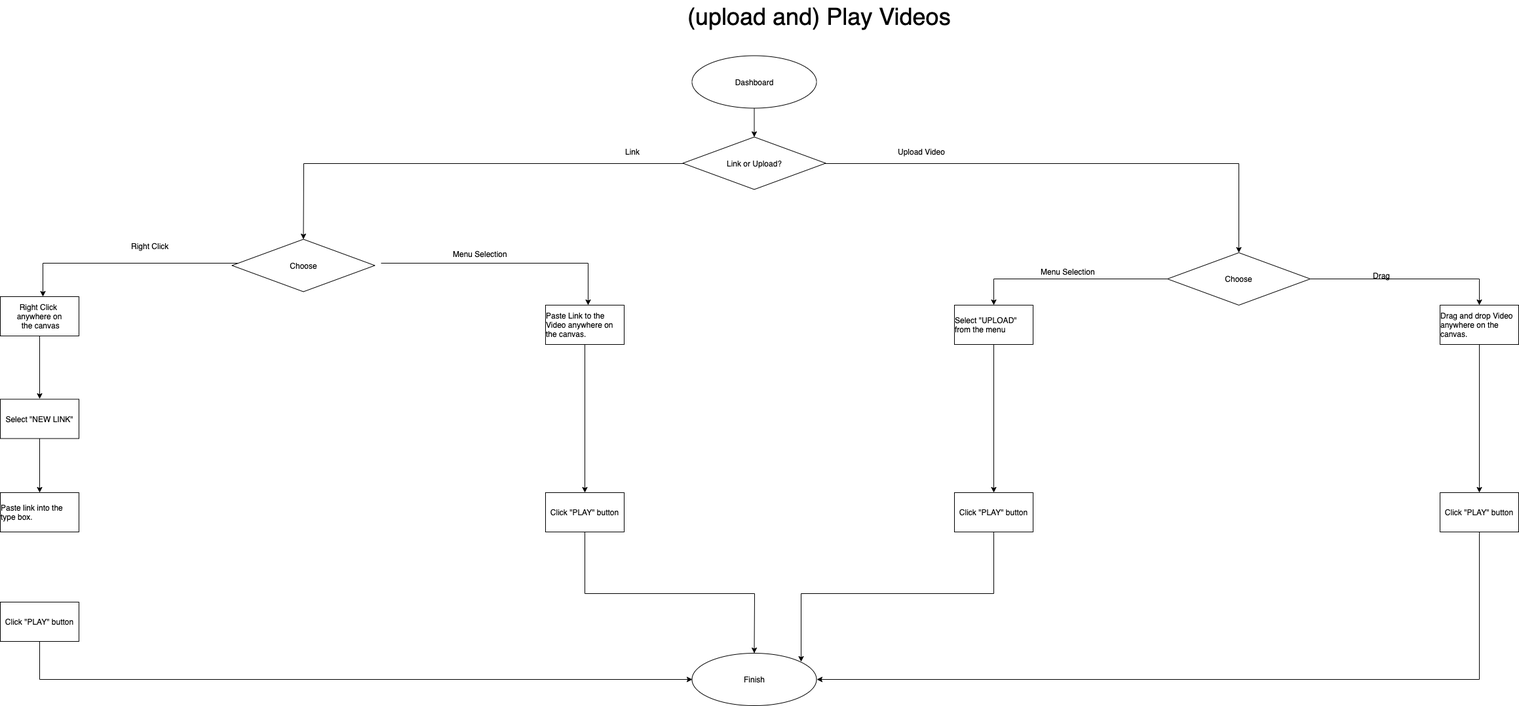
Earlier version of the draw.io export images/00_ideaboard/UserFlows/Play Videos.png (Tgitsit/Portfolio). Source tidied: cells renumbered, new cells last; positions are measured from the earlier drawing's top-left corner, leaving out a move shared by most shapes.
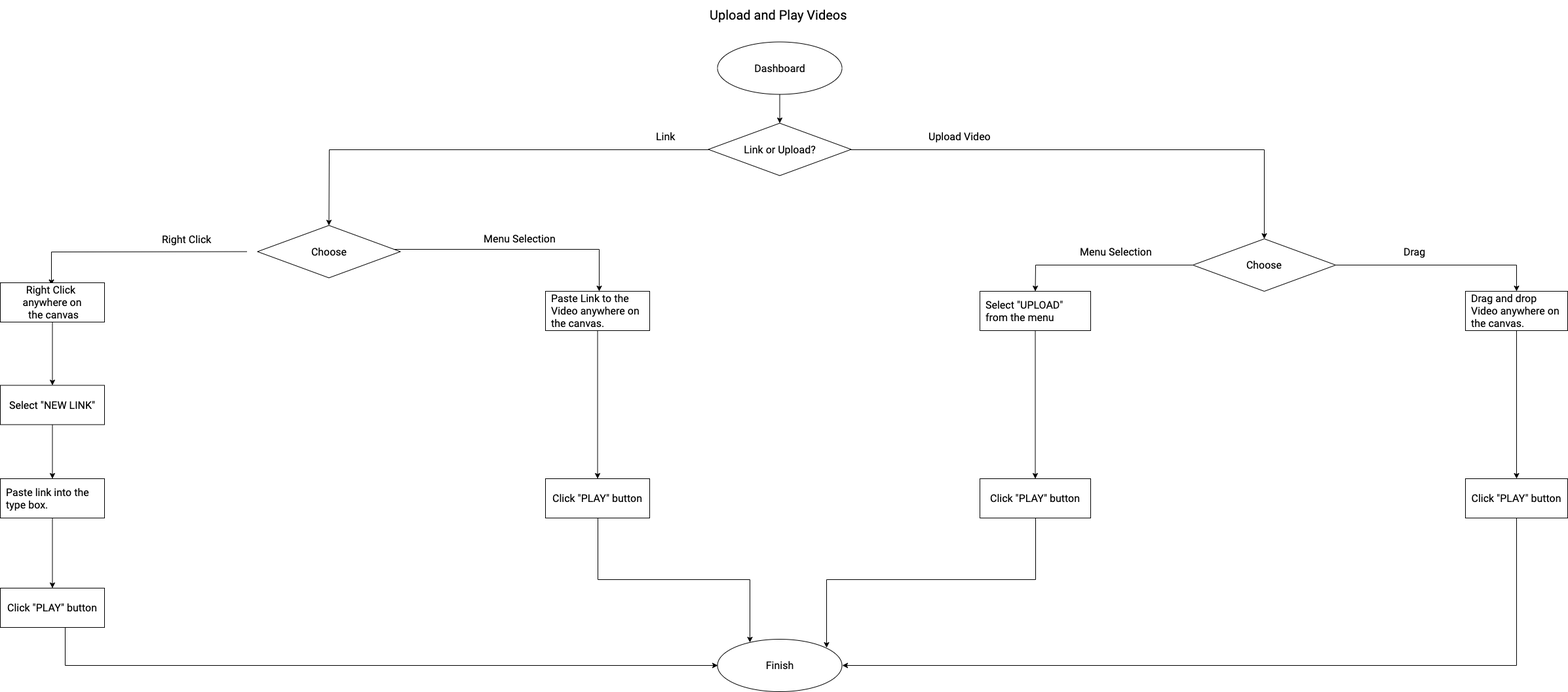
The same diagram one commit later.

Change to the diagram source:
```diff
@@ -2,146 +2,147 @@
   <root>
     <mxCell id="0" />
     <mxCell id="1" parent="0" />
-    <mxCell id="2" style="edgeStyle=orthogonalEdgeStyle;rounded=0;jettySize=auto;html=1;entryX=0.5;entryY=0;entryDx=0;entryDy=0;" parent="1" edge="1" source="3" target="24">
+    <mxCell id="2" style="edgeStyle=orthogonalEdgeStyle;rounded=0;jettySize=auto;html=1;entryX=0.5;entryY=0;entryDx=0;entryDy=0;fontFamily=Roboto;fontSize=16;spacing=10;" parent="1" edge="1" source="3" target="24">
       <mxGeometry relative="1" as="geometry" />
     </mxCell>
-    <mxCell id="3" value="Dashboard" style="ellipse;whiteSpace=wrap;html=1;" parent="1" vertex="1">
+    <mxCell id="3" value="Dashboard" style="ellipse;whiteSpace=wrap;html=1;fontFamily=Roboto;fontSize=16;spacing=10;" parent="1" vertex="1">
       <mxGeometry x="1055.5" y="84.5" width="190" height="80" as="geometry" />
     </mxCell>
-    <mxCell id="4" style="edgeStyle=orthogonalEdgeStyle;rounded=0;orthogonalLoop=1;jettySize=auto;html=1;" parent="1" edge="1">
+    <mxCell id="4" style="edgeStyle=orthogonalEdgeStyle;rounded=0;orthogonalLoop=1;jettySize=auto;html=1;fontFamily=Roboto;fontSize=16;spacing=10;" parent="1" edge="1">
       <mxGeometry relative="1" as="geometry">
-        <mxPoint x="363" y="401" as="sourcePoint" />
-        <mxPoint x="65" y="452" as="targetPoint" />
+        <mxPoint x="337" y="404.5" as="sourcePoint" />
+        <mxPoint x="39" y="455.5" as="targetPoint" />
       </mxGeometry>
     </mxCell>
-    <mxCell id="5" style="edgeStyle=orthogonalEdgeStyle;rounded=0;orthogonalLoop=1;jettySize=auto;html=1;" parent="1" edge="1">
+    <mxCell id="5" style="edgeStyle=orthogonalEdgeStyle;rounded=0;orthogonalLoop=1;jettySize=auto;html=1;fontFamily=Roboto;fontSize=16;spacing=10;" parent="1" edge="1">
       <mxGeometry relative="1" as="geometry">
-        <mxPoint x="581" y="401" as="sourcePoint" />
-        <mxPoint x="897" y="465" as="targetPoint" />
+        <mxPoint x="559" y="401" as="sourcePoint" />
+        <mxPoint x="875" y="465" as="targetPoint" />
       </mxGeometry>
     </mxCell>
-    <mxCell id="6" value="Choose" style="rhombus;whiteSpace=wrap;html=1;" parent="1" vertex="1">
+    <mxCell id="6" value="Choose" style="rhombus;whiteSpace=wrap;html=1;fontFamily=Roboto;fontSize=16;spacing=10;" parent="1" vertex="1">
       <mxGeometry x="353.5" y="364.5" width="218" height="80" as="geometry" />
     </mxCell>
-    <mxCell id="7" value="Right Click" style="text;html=1;align=left;verticalAlign=top;spacingTop=-4;" parent="1" vertex="1">
-      <mxGeometry x="197.5" y="365.5" width="104" height="13" as="geometry" />
+    <mxCell id="7" value="Right Click" style="text;html=1;align=left;verticalAlign=top;spacingTop=-4;fontFamily=Roboto;fontSize=16;spacing=10;" parent="1" vertex="1">
+      <mxGeometry x="197.5" y="365.5" width="117" height="39" as="geometry" />
     </mxCell>
-    <mxCell id="8" value="Menu Selection" style="text;html=1;align=left;verticalAlign=top;spacingTop=-4;" parent="1" vertex="1">
-      <mxGeometry x="689" y="377.5" width="143" height="13" as="geometry" />
+    <mxCell id="8" value="Menu Selection" style="text;html=1;align=left;verticalAlign=top;spacingTop=-4;fontFamily=Roboto;fontSize=16;spacing=10;" parent="1" vertex="1">
+      <mxGeometry x="689" y="364.5" width="143" height="39" as="geometry" />
     </mxCell>
-    <mxCell id="9" style="edgeStyle=orthogonalEdgeStyle;rounded=0;jettySize=auto;html=1;" parent="1" edge="1" source="10">
-      <mxGeometry relative="1" as="geometry">
-        <mxPoint x="60" y="608" as="targetPoint" />
-      </mxGeometry>
+    <mxCell id="9" style="edgeStyle=orthogonalEdgeStyle;rounded=0;jettySize=auto;html=1;fontFamily=Roboto;fontSize=16;entryX=0.5;entryY=0;entryDx=0;entryDy=0;spacing=10;" parent="1" edge="1" source="10" target="18">
+      <mxGeometry relative="1" as="geometry" />
     </mxCell>
-    <mxCell id="10" value="&lt;span style=&quot;text-align: left&quot;&gt;Right Click&amp;nbsp;&lt;/span&gt;&lt;br style=&quot;text-align: left&quot;&gt;&lt;span style=&quot;text-align: left&quot;&gt;anywhere on&lt;/span&gt;&lt;br style=&quot;text-align: left&quot;&gt;&lt;span style=&quot;text-align: left&quot;&gt;&amp;nbsp;the canvas&lt;/span&gt;" style="rounded=0;whiteSpace=wrap;html=1;" parent="1" vertex="1">
-      <mxGeometry y="452" width="120" height="60" as="geometry" />
+    <mxCell id="10" value="&lt;span style=&quot;text-align: left; font-size: 16px;&quot;&gt;Right Click&amp;nbsp;&lt;/span&gt;&lt;br style=&quot;text-align: left; font-size: 16px;&quot;&gt;&lt;span style=&quot;text-align: left; font-size: 16px;&quot;&gt;anywhere on&lt;/span&gt;&lt;br style=&quot;text-align: left; font-size: 16px;&quot;&gt;&lt;span style=&quot;text-align: left; font-size: 16px;&quot;&gt;&amp;nbsp;the canvas&lt;/span&gt;" style="rounded=0;whiteSpace=wrap;html=1;fontFamily=Roboto;fontSize=16;spacing=10;" parent="1" vertex="1">
+      <mxGeometry x="-39" y="452" width="159" height="60" as="geometry" />
     </mxCell>
-    <mxCell id="11" style="edgeStyle=orthogonalEdgeStyle;rounded=0;jettySize=auto;html=1;" parent="1" edge="1" source="12" target="21">
+    <mxCell id="11" style="edgeStyle=orthogonalEdgeStyle;rounded=0;jettySize=auto;html=1;fontFamily=Roboto;fontSize=16;spacing=10;" parent="1" edge="1" source="12" target="21">
       <mxGeometry relative="1" as="geometry" />
     </mxCell>
-    <mxCell id="12" value="&lt;div style=&quot;text-align: left&quot;&gt;Paste Link to the Video anywhere on the canvas.&amp;nbsp;&lt;/div&gt;" style="rounded=0;whiteSpace=wrap;html=1;" parent="1" vertex="1">
-      <mxGeometry x="832" y="465" width="120" height="60" as="geometry" />
+    <mxCell id="12" value="&lt;div style=&quot;text-align: left; font-size: 16px;&quot;&gt;Paste Link to the Video anywhere on the canvas.&amp;nbsp;&lt;/div&gt;" style="rounded=0;whiteSpace=wrap;html=1;fontFamily=Roboto;fontSize=16;spacing=10;" parent="1" vertex="1">
+      <mxGeometry x="793" y="465" width="159" height="60" as="geometry" />
     </mxCell>
-    <mxCell id="13" value="Finish" style="ellipse;whiteSpace=wrap;html=1;" parent="1" vertex="1">
+    <mxCell id="13" value="Finish" style="ellipse;whiteSpace=wrap;html=1;fontFamily=Roboto;fontSize=16;spacing=10;" parent="1" vertex="1">
       <mxGeometry x="1055.5" y="996" width="190" height="80" as="geometry" />
     </mxCell>
-    <mxCell id="14" value="(upload and) Play Videos" style="text;html=1;align=left;verticalAlign=top;spacingTop=-4;fontSize=36;" parent="1" vertex="1">
-      <mxGeometry x="1046.5" y="0.5" width="416" height="39" as="geometry" />
+    <mxCell id="14" value="Upload and Play Videos" style="text;html=1;align=left;verticalAlign=top;spacingTop=-4;fontSize=20;fontFamily=Roboto;spacing=10;" parent="1" vertex="1">
+      <mxGeometry x="1033.5" y="21" width="247" height="52" as="geometry" />
     </mxCell>
-    <mxCell id="15" style="edgeStyle=orthogonalEdgeStyle;rounded=0;jettySize=auto;html=1;entryX=0;entryY=0.5;entryDx=0;entryDy=0;" parent="1" edge="1" source="19" target="13">
+    <mxCell id="15" style="edgeStyle=orthogonalEdgeStyle;rounded=0;jettySize=auto;html=1;entryX=0;entryY=0.5;entryDx=0;entryDy=0;fontFamily=Roboto;fontSize=16;spacing=10;" parent="1" edge="1" source="19" target="13">
       <mxGeometry relative="1" as="geometry">
         <Array as="points">
           <mxPoint x="60" y="1036" />
         </Array>
       </mxGeometry>
     </mxCell>
+    <mxCell id="40" style="edgeStyle=orthogonalEdgeStyle;rounded=0;jettySize=auto;html=1;fontFamily=Roboto;fontSize=16;spacing=10;" parent="1" edge="1" source="16" target="19">
+      <mxGeometry relative="1" as="geometry" />
+    </mxCell>
-    <mxCell id="16" value="&lt;div style=&quot;text-align: left&quot;&gt;&lt;span&gt;Paste link into the type box.&lt;/span&gt;&lt;/div&gt;" style="rounded=0;whiteSpace=wrap;html=1;" parent="1" vertex="1">
-      <mxGeometry y="751" width="120" height="60" as="geometry" />
+    <mxCell id="16" value="&lt;div style=&quot;text-align: left; font-size: 16px;&quot;&gt;&lt;span style=&quot;font-size: 16px;&quot;&gt;Paste link into the type box.&lt;/span&gt;&lt;/div&gt;" style="rounded=0;whiteSpace=wrap;html=1;fontFamily=Roboto;fontSize=16;spacing=10;" parent="1" vertex="1">
+      <mxGeometry x="-39" y="751" width="159" height="60" as="geometry" />
     </mxCell>
-    <mxCell id="17" style="edgeStyle=orthogonalEdgeStyle;rounded=0;jettySize=auto;html=1;entryX=0.5;entryY=0;entryDx=0;entryDy=0;" parent="1" edge="1" source="18" target="16">
+    <mxCell id="17" style="edgeStyle=orthogonalEdgeStyle;rounded=0;jettySize=auto;html=1;entryX=0.5;entryY=0;entryDx=0;entryDy=0;fontFamily=Roboto;fontSize=16;spacing=10;" parent="1" edge="1" source="18" target="16">
       <mxGeometry relative="1" as="geometry" />
     </mxCell>
-    <mxCell id="18" value="&lt;div style=&quot;text-align: left&quot;&gt;&lt;span&gt;Select &quot;NEW LINK&quot;&lt;/span&gt;&lt;/div&gt;" style="rounded=0;whiteSpace=wrap;html=1;" parent="1" vertex="1">
-      <mxGeometry y="608.5" width="120" height="60" as="geometry" />
+    <mxCell id="18" value="&lt;div style=&quot;text-align: left; font-size: 16px;&quot;&gt;&lt;span style=&quot;font-size: 16px;&quot;&gt;Select &quot;NEW LINK&quot;&lt;/span&gt;&lt;/div&gt;" style="rounded=0;whiteSpace=wrap;html=1;fontFamily=Roboto;fontSize=16;spacing=10;" parent="1" vertex="1">
+      <mxGeometry x="-39" y="608.5" width="159" height="60" as="geometry" />
     </mxCell>
-    <mxCell id="19" value="&lt;div style=&quot;text-align: left&quot;&gt;Click &quot;PLAY&quot; button&lt;/div&gt;" style="rounded=0;whiteSpace=wrap;html=1;" parent="1" vertex="1">
-      <mxGeometry y="918" width="120" height="60" as="geometry" />
+    <mxCell id="19" value="&lt;div style=&quot;text-align: left; font-size: 16px;&quot;&gt;Click &quot;PLAY&quot; button&lt;/div&gt;" style="rounded=0;whiteSpace=wrap;html=1;fontFamily=Roboto;fontSize=16;spacing=10;" parent="1" vertex="1">
+      <mxGeometry x="-39" y="918" width="159" height="60" as="geometry" />
     </mxCell>
-    <mxCell id="20" style="edgeStyle=orthogonalEdgeStyle;rounded=0;jettySize=auto;html=1;" parent="1" edge="1" source="21" target="13">
+    <mxCell id="20" style="edgeStyle=orthogonalEdgeStyle;rounded=0;jettySize=auto;html=1;fontFamily=Roboto;fontSize=16;spacing=10;exitX=0.5;exitY=1;exitDx=0;exitDy=0;" parent="1" edge="1" source="21" target="13">
       <mxGeometry relative="1" as="geometry">
         <Array as="points">
-          <mxPoint x="892" y="905" />
-          <mxPoint x="1151" y="905" />
+          <mxPoint x="873" y="905" />
+          <mxPoint x="1105" y="905" />
         </Array>
       </mxGeometry>
     </mxCell>
-    <mxCell id="21" value="&lt;div style=&quot;text-align: left&quot;&gt;Click &quot;PLAY&quot; button&lt;br&gt;&lt;/div&gt;" style="rounded=0;whiteSpace=wrap;html=1;" parent="1" vertex="1">
-      <mxGeometry x="832" y="751" width="120" height="60" as="geometry" />
+    <mxCell id="21" value="&lt;div style=&quot;text-align: left; font-size: 16px;&quot;&gt;Click &quot;PLAY&quot; button&lt;br style=&quot;font-size: 16px;&quot;&gt;&lt;/div&gt;" style="rounded=0;whiteSpace=wrap;html=1;fontFamily=Roboto;fontSize=16;spacing=10;" parent="1" vertex="1">
+      <mxGeometry x="793" y="751" width="159" height="60" as="geometry" />
     </mxCell>
-    <mxCell id="22" style="edgeStyle=orthogonalEdgeStyle;rounded=0;jettySize=auto;html=1;entryX=0.5;entryY=0;entryDx=0;entryDy=0;" parent="1" edge="1" source="24" target="6">
+    <mxCell id="22" style="edgeStyle=orthogonalEdgeStyle;rounded=0;jettySize=auto;html=1;entryX=0.5;entryY=0;entryDx=0;entryDy=0;fontFamily=Roboto;fontSize=16;spacing=10;" parent="1" edge="1" source="24" target="6">
       <mxGeometry relative="1" as="geometry" />
     </mxCell>
-    <mxCell id="23" style="edgeStyle=orthogonalEdgeStyle;rounded=0;jettySize=auto;html=1;entryX=0.5;entryY=0;entryDx=0;entryDy=0;" parent="1" edge="1" source="24" target="29">
+    <mxCell id="23" style="edgeStyle=orthogonalEdgeStyle;rounded=0;jettySize=auto;html=1;entryX=0.5;entryY=0;entryDx=0;entryDy=0;fontFamily=Roboto;fontSize=16;spacing=10;" parent="1" edge="1" source="24" target="29">
       <mxGeometry relative="1" as="geometry" />
     </mxCell>
-    <mxCell id="24" value="Link or Upload?" style="rhombus;whiteSpace=wrap;html=1;" parent="1" vertex="1">
+    <mxCell id="24" value="Link or Upload?" style="rhombus;whiteSpace=wrap;html=1;fontFamily=Roboto;fontSize=16;spacing=10;" parent="1" vertex="1">
       <mxGeometry x="1041.5" y="208.5" width="218" height="80" as="geometry" />
     </mxCell>
-    <mxCell id="25" value="Link" style="text;html=1;align=left;verticalAlign=top;spacingTop=-4;" parent="1" vertex="1">
-      <mxGeometry x="952" y="221.5" width="39" height="13" as="geometry" />
+    <mxCell id="25" value="Link" style="text;html=1;align=left;verticalAlign=top;spacingTop=-4;fontFamily=Roboto;fontSize=16;spacing=10;" parent="1" vertex="1">
+      <mxGeometry x="952" y="208.5" width="65" height="39" as="geometry" />
     </mxCell>
-    <mxCell id="26" value="Upload Video" style="text;html=1;align=left;verticalAlign=top;spacingTop=-4;" parent="1" vertex="1">
-      <mxGeometry x="1367.5" y="221.5" width="91" height="13" as="geometry" />
+    <mxCell id="26" value="Upload Video" style="text;html=1;align=left;verticalAlign=top;spacingTop=-4;fontFamily=Roboto;fontSize=16;spacing=10;" parent="1" vertex="1">
+      <mxGeometry x="1367.5" y="208.5" width="130" height="39" as="geometry" />
     </mxCell>
-    <mxCell id="27" style="edgeStyle=orthogonalEdgeStyle;rounded=0;jettySize=auto;html=1;entryX=0.5;entryY=0;entryDx=0;entryDy=0;" parent="1" edge="1" source="29" target="33">
+    <mxCell id="27" style="edgeStyle=orthogonalEdgeStyle;rounded=0;jettySize=auto;html=1;entryX=0.5;entryY=0;entryDx=0;entryDy=0;fontFamily=Roboto;fontSize=16;spacing=10;" parent="1" edge="1" source="29" target="33">
       <mxGeometry relative="1" as="geometry" />
     </mxCell>
-    <mxCell id="28" style="edgeStyle=orthogonalEdgeStyle;rounded=0;jettySize=auto;html=1;entryX=0.5;entryY=0;entryDx=0;entryDy=0;" parent="1" edge="1" source="29" target="35">
+    <mxCell id="28" style="edgeStyle=orthogonalEdgeStyle;rounded=0;jettySize=auto;html=1;entryX=0.5;entryY=0;entryDx=0;entryDy=0;fontFamily=Roboto;fontSize=16;spacing=10;" parent="1" edge="1" source="29" target="35">
       <mxGeometry relative="1" as="geometry" />
     </mxCell>
-    <mxCell id="29" value="Choose" style="rhombus;whiteSpace=wrap;html=1;" parent="1" vertex="1">
+    <mxCell id="29" value="Choose" style="rhombus;whiteSpace=wrap;html=1;fontFamily=Roboto;fontSize=16;spacing=10;" parent="1" vertex="1">
       <mxGeometry x="1781" y="385" width="218" height="80" as="geometry" />
     </mxCell>
-    <mxCell id="30" value="Menu Selection" style="text;html=1;align=left;verticalAlign=top;spacingTop=-4;" parent="1" vertex="1">
-      <mxGeometry x="1586" y="404.5" width="143" height="13" as="geometry" />
+    <mxCell id="30" value="Menu Selection" style="text;html=1;align=left;verticalAlign=top;spacingTop=-4;fontFamily=Roboto;fontSize=16;spacing=10;" parent="1" vertex="1">
+      <mxGeometry x="1599" y="385" width="143" height="39" as="geometry" />
     </mxCell>
-    <mxCell id="31" value="Drag" style="text;html=1;align=left;verticalAlign=top;spacingTop=-4;" parent="1" vertex="1">
-      <mxGeometry x="2093" y="411" width="65" height="13" as="geometry" />
+    <mxCell id="31" value="Drag" style="text;html=1;align=left;verticalAlign=top;spacingTop=-4;fontFamily=Roboto;fontSize=16;spacing=10;" parent="1" vertex="1">
+      <mxGeometry x="2093" y="385" width="78" height="39" as="geometry" />
     </mxCell>
-    <mxCell id="32" style="edgeStyle=orthogonalEdgeStyle;rounded=0;jettySize=auto;html=1;entryX=0.5;entryY=0;entryDx=0;entryDy=0;" parent="1" edge="1" source="33" target="37">
+    <mxCell id="32" style="edgeStyle=orthogonalEdgeStyle;rounded=0;jettySize=auto;html=1;entryX=0.5;entryY=0;entryDx=0;entryDy=0;fontFamily=Roboto;fontSize=16;spacing=10;" parent="1" edge="1" source="33" target="37">
       <mxGeometry relative="1" as="geometry" />
     </mxCell>
-    <mxCell id="33" value="&lt;div style=&quot;text-align: left&quot;&gt;Select &quot;UPLOAD&quot; from the menu&lt;/div&gt;" style="rounded=0;whiteSpace=wrap;html=1;" parent="1" vertex="1">
-      <mxGeometry x="1456" y="465" width="120" height="60" as="geometry" />
+    <mxCell id="33" value="&lt;div style=&quot;text-align: left; font-size: 16px;&quot;&gt;Select &quot;UPLOAD&quot; from the menu&lt;/div&gt;" style="rounded=0;whiteSpace=wrap;html=1;fontFamily=Roboto;fontSize=16;spacing=10;" parent="1" vertex="1">
+      <mxGeometry x="1456" y="465" width="169" height="60" as="geometry" />
     </mxCell>
-    <mxCell id="34" style="edgeStyle=orthogonalEdgeStyle;rounded=0;jettySize=auto;html=1;" parent="1" edge="1" source="35" target="39">
+    <mxCell id="34" style="edgeStyle=orthogonalEdgeStyle;rounded=0;jettySize=auto;html=1;fontFamily=Roboto;fontSize=16;spacing=10;" parent="1" edge="1" source="35" target="39">
       <mxGeometry relative="1" as="geometry" />
     </mxCell>
-    <mxCell id="35" value="&lt;div style=&quot;text-align: left&quot;&gt;Drag and drop Video anywhere on the canvas.&lt;/div&gt;" style="rounded=0;whiteSpace=wrap;html=1;" parent="1" vertex="1">
-      <mxGeometry x="2197" y="465" width="120" height="60" as="geometry" />
+    <mxCell id="35" value="&lt;div style=&quot;text-align: left; font-size: 16px;&quot;&gt;Drag and drop Video anywhere on the canvas.&lt;/div&gt;" style="rounded=0;whiteSpace=wrap;html=1;fontFamily=Roboto;fontSize=16;spacing=10;" parent="1" vertex="1">
+      <mxGeometry x="2197" y="465" width="156" height="60" as="geometry" />
     </mxCell>
-    <mxCell id="36" style="edgeStyle=orthogonalEdgeStyle;rounded=0;jettySize=auto;html=1;" parent="1" edge="1" source="37">
+    <mxCell id="36" style="edgeStyle=orthogonalEdgeStyle;rounded=0;jettySize=auto;html=1;fontFamily=Roboto;fontSize=16;spacing=10;exitX=0.5;exitY=1;exitDx=0;exitDy=0;" parent="1" edge="1" source="37">
       <mxGeometry relative="1" as="geometry">
         <mxPoint x="1222" y="1009" as="targetPoint" />
         <Array as="points">
-          <mxPoint x="1516" y="905" />
+          <mxPoint x="1541" y="905" />
           <mxPoint x="1222" y="905" />
         </Array>
       </mxGeometry>
     </mxCell>
-    <mxCell id="37" value="&lt;div style=&quot;text-align: left&quot;&gt;Click &quot;PLAY&quot; button&lt;/div&gt;" style="rounded=0;whiteSpace=wrap;html=1;" parent="1" vertex="1">
-      <mxGeometry x="1456" y="751" width="120" height="60" as="geometry" />
+    <mxCell id="37" value="&lt;div style=&quot;text-align: left; font-size: 16px;&quot;&gt;Click &quot;PLAY&quot; button&lt;/div&gt;" style="rounded=0;whiteSpace=wrap;html=1;fontFamily=Roboto;fontSize=16;spacing=10;" parent="1" vertex="1">
+      <mxGeometry x="1456" y="751" width="169" height="60" as="geometry" />
     </mxCell>
-    <mxCell id="38" style="edgeStyle=orthogonalEdgeStyle;rounded=0;jettySize=auto;html=1;entryX=1;entryY=0.5;entryDx=0;entryDy=0;" parent="1" edge="1" source="39" target="13">
+    <mxCell id="38" style="edgeStyle=orthogonalEdgeStyle;rounded=0;jettySize=auto;html=1;entryX=1;entryY=0.5;entryDx=0;entryDy=0;fontFamily=Roboto;fontSize=16;spacing=10;" parent="1" edge="1" source="39" target="13">
       <mxGeometry relative="1" as="geometry">
         <Array as="points">
-          <mxPoint x="2257" y="1036" />
+          <mxPoint x="2275" y="1036" />
         </Array>
       </mxGeometry>
     </mxCell>
-    <mxCell id="39" value="&lt;div style=&quot;text-align: left&quot;&gt;Click &quot;PLAY&quot; button&lt;/div&gt;" style="rounded=0;whiteSpace=wrap;html=1;" parent="1" vertex="1">
-      <mxGeometry x="2197" y="751" width="120" height="60" as="geometry" />
+    <mxCell id="39" value="&lt;div style=&quot;text-align: left; font-size: 16px;&quot;&gt;Click &quot;PLAY&quot; button&lt;/div&gt;" style="rounded=0;whiteSpace=wrap;html=1;fontFamily=Roboto;fontSize=16;spacing=10;" parent="1" vertex="1">
+      <mxGeometry x="2197" y="751" width="156" height="60" as="geometry" />
     </mxCell>
   </root>
 </mxGraphModel>
```
